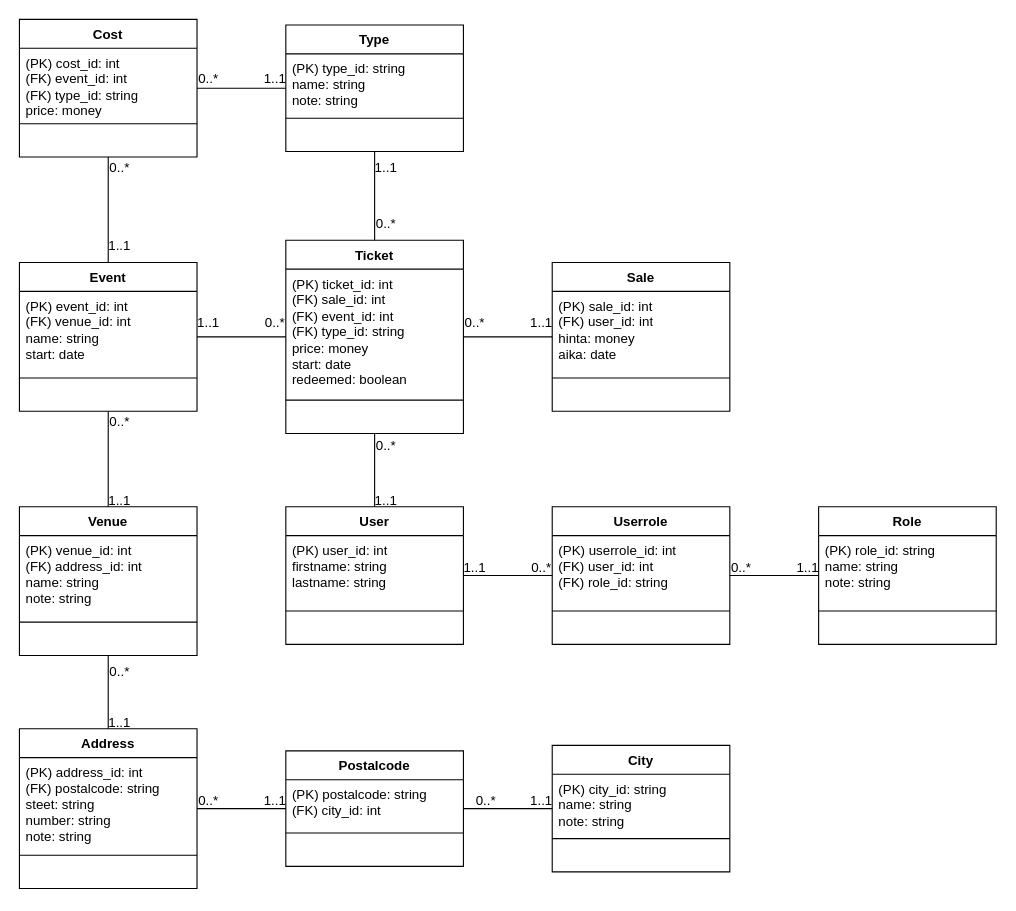
The draw.io diagram resources/DB_TicketGuru.drawio in jaolim/TicketGuru, before the edit. Source tidied: cells renumbered, new cells numbered last; positions are measured from the earlier drawing's top-left corner, leaving out a move shared by most shapes. Both pictures are drawn from the tidied source at 111%, with x=0, y=0 at pixel (19, 19).
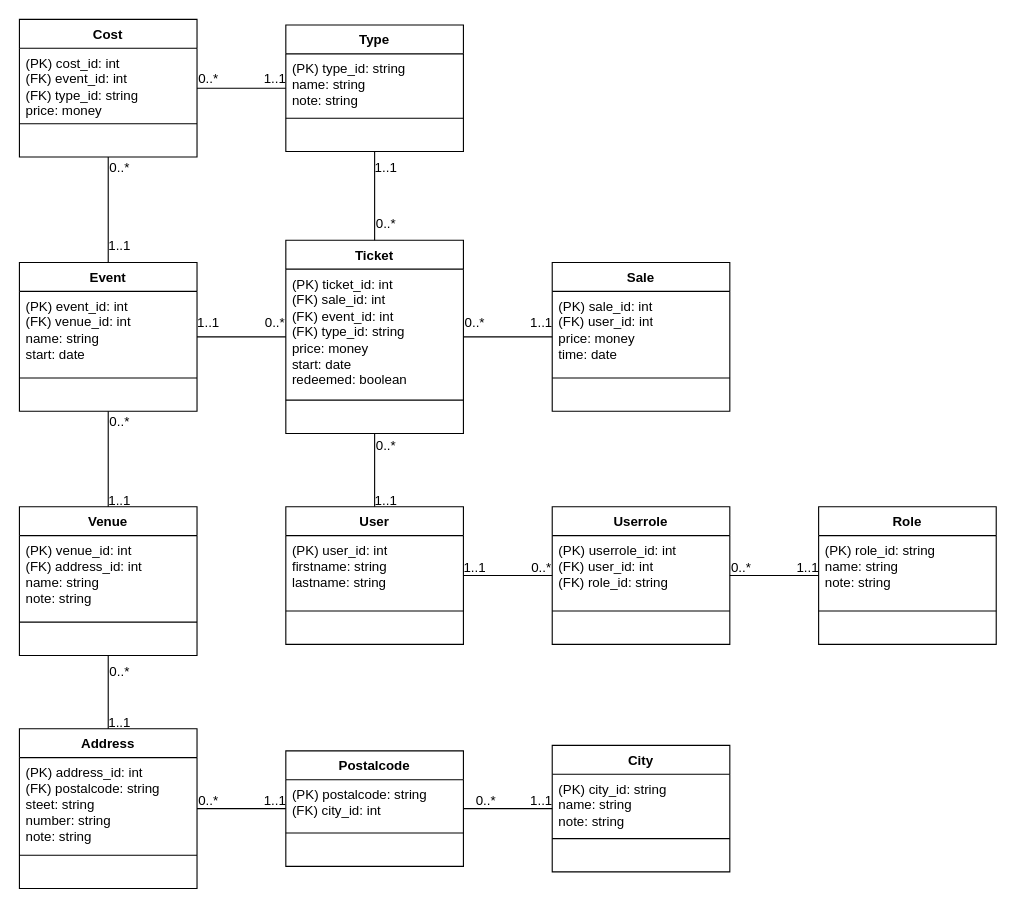
Above is the later version.

Commit message:
Tietokantamallin Sale taulun attribuutit muutettu englanninkielisiksi

The change refers to these unchanged cells:
```xml
<mxCell id="6" value="Sale" style="swimlane;fontStyle=1;align=center;verticalAlign=top;horizontal=1;startSize=26;whiteSpace=wrap;html=1;" parent="1" vertex="1">
  <mxGeometry x="480" y="219" width="160" height="134" as="geometry" />
</mxCell>
```

What changed in the source:
```diff
@@
-    <mxCell id="7" value="&lt;div&gt;&lt;div&gt;(PK) sale_id: int&lt;/div&gt;&lt;/div&gt;&lt;div&gt;(FK) user_id: int&lt;/div&gt;&lt;div&gt;hinta: money&lt;/div&gt;&lt;div&gt;aika: date&lt;/div&gt;" style="text;strokeColor=none;fillColor=none;align=left;verticalAlign=top;spacingLeft=4;spacingRight=4;overflow=hidden;whiteSpace=wrap;html=1;" parent="6" vertex="1">
+    <mxCell id="7" value="&lt;div&gt;&lt;div&gt;(PK) sale_id: int&lt;/div&gt;&lt;/div&gt;&lt;div&gt;(FK) user_id: int&lt;/div&gt;&lt;div&gt;price: money&lt;/div&gt;&lt;div&gt;time: date&lt;/div&gt;" style="text;strokeColor=none;fillColor=none;align=left;verticalAlign=top;spacingLeft=4;spacingRight=4;overflow=hidden;whiteSpace=wrap;html=1;" parent="6" vertex="1">
       <mxGeometry y="26" width="160" height="74" as="geometry" />
     </mxCell>
```
